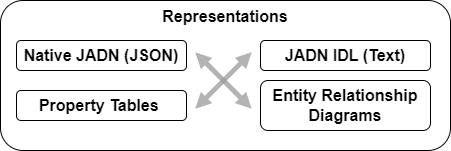
oasis-tcs/openc2-jadn-im keeps this draw.io diagram as images/JADN-Representations.drawio.png. Above is the earlier version. Source tidied: cells renumbered, new cells last; positions are measured from the earlier drawing's top-left corner, leaving out a move shared by most shapes.
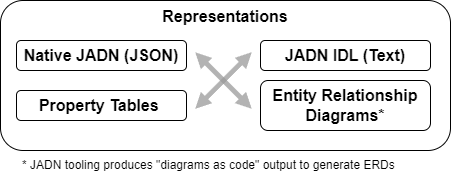
After the commit.

Commit message:
update representation discussions / diagram in 3.1.5.2

Diff of the diagram source:
```diff
@@ -14,7 +14,7 @@
     <mxCell id="5" value="Property Tables&amp;nbsp;" style="rounded=1;whiteSpace=wrap;html=1;shadow=0;fontSize=16;fillColor=default;fontStyle=1;" parent="1" vertex="1">
       <mxGeometry x="16" y="90" width="170" height="30" as="geometry" />
     </mxCell>
-    <mxCell id="6" value="Entity Relationship Diagrams" style="rounded=1;whiteSpace=wrap;html=1;shadow=0;fontSize=16;fillColor=default;fontStyle=1;" parent="1" vertex="1">
+    <mxCell id="6" value="Entity Relationship Diagrams*" style="rounded=1;whiteSpace=wrap;html=1;shadow=0;fontSize=16;fillColor=default;fontStyle=1;" parent="1" vertex="1">
       <mxGeometry x="260" y="80" width="170" height="50" as="geometry" />
     </mxCell>
     <mxCell id="7" style="group;rotation=90;" parent="1" vertex="1">
@@ -26,5 +26,8 @@
     <mxCell id="9" style="shape=doubleArrow;whiteSpace=wrap;html=1;fillColor=#999999;strokeColor=none;opacity=75;rotation=45;" parent="7" vertex="1">
       <mxGeometry y="32" width="80" height="16" as="geometry" />
     </mxCell>
+    <mxCell id="10" value="* JADN tooling produces &quot;diagrams as code&quot; output to generate ERDs" style="text;html=1;align=left;verticalAlign=middle;whiteSpace=wrap;rounded=0;" parent="1" vertex="1">
+      <mxGeometry x="20" y="150" width="410" height="30" as="geometry" />
+    </mxCell>
   </root>
 </mxGraphModel>
```
